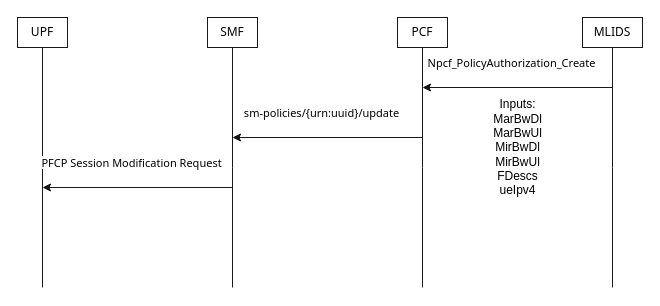
Majdi-Abdelhalim/Graphs keeps this draw.io diagram as Untitled Diagram.drawio. Above is the earlier version. Source tidied: cells renumbered, new cells numbered last; positions are measured from the earlier drawing's top-left corner, leaving out a move shared by most shapes. Both pictures are drawn from the tidied source at 100%, with x=0, y=0 at pixel (17, 17).
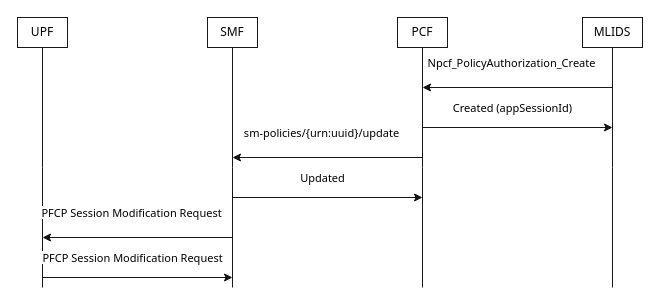
The same diagram, later.

Diff of the diagram source:
```diff
@@
     <mxCell id="11" value="&lt;font&gt;sm-policies/{urn:uuid}/update&lt;/font&gt;" style="edgeStyle=orthogonalEdgeStyle;rounded=0;orthogonalLoop=1;jettySize=auto;html=1;fontFamily=Tahoma;opacity=90;shadow=0;" parent="1" edge="1">
       <mxGeometry x="0.06" y="-25" relative="1" as="geometry">
-        <mxPoint x="405" y="120" as="sourcePoint" />
-        <mxPoint x="215" y="120" as="targetPoint" />
+        <mxPoint x="405" y="140" as="sourcePoint" />
+        <mxPoint x="215" y="140" as="targetPoint" />
       </mxGeometry>
     </mxCell>
     <mxCell id="12" value="&lt;div align=&quot;center&quot;&gt;&lt;font&gt;PFCP Session Modification Request&lt;/font&gt;&lt;/div&gt;" style="edgeStyle=orthogonalEdgeStyle;rounded=0;orthogonalLoop=1;jettySize=auto;html=1;align=center;fontFamily=Tahoma;opacity=90;shadow=0;" parent="1" edge="1">
       <mxGeometry x="0.06" y="-25" relative="1" as="geometry">
-        <mxPoint x="215" y="170" as="sourcePoint" />
-        <mxPoint x="25" y="170" as="targetPoint" />
+        <mxPoint x="215" y="220" as="sourcePoint" />
+        <mxPoint x="25" y="220" as="targetPoint" />
       </mxGeometry>
     </mxCell>
-    <mxCell id="13" value="Inputs:&lt;br&gt;MarBwDl&lt;br&gt;MarBwUl&lt;br&gt;MirBwDl&lt;br&gt;MirBwUl&lt;br&gt;FDescs&lt;br&gt;ueIpv4" style="text;html=1;align=center;verticalAlign=middle;strokeColor=none;fillColor=none;" parent="1" vertex="1">
-      <mxGeometry x="465" y="75" width="70" height="110" as="geometry" />
-    </mxCell>
+    <mxCell id="14" value="Created (appSessionId)" style="edgeStyle=orthogonalEdgeStyle;rounded=0;orthogonalLoop=1;jettySize=auto;html=1;fontFamily=Tahoma;opacity=90;shadow=0;" parent="1" edge="1">
+      <mxGeometry x="-0.05" y="20" relative="1" as="geometry">
+        <mxPoint x="405" y="110" as="sourcePoint" />
+        <mxPoint x="595" y="110" as="targetPoint" />
+      </mxGeometry>
+    </mxCell>
+    <mxCell id="15" value="&lt;div align=&quot;center&quot;&gt;&lt;font&gt;PFCP Session Modification Request&lt;/font&gt;&lt;/div&gt;" style="edgeStyle=orthogonalEdgeStyle;rounded=0;orthogonalLoop=1;jettySize=auto;html=1;align=center;fontFamily=Tahoma;opacity=90;shadow=0;" parent="1" edge="1">
+      <mxGeometry x="-0.05" y="20" relative="1" as="geometry">
+        <mxPoint x="25" y="260" as="sourcePoint" />
+        <mxPoint x="215" y="260" as="targetPoint" />
+      </mxGeometry>
+    </mxCell>
+    <mxCell id="16" value="Updated" style="edgeStyle=orthogonalEdgeStyle;rounded=0;orthogonalLoop=1;jettySize=auto;html=1;align=center;fontFamily=Tahoma;opacity=90;shadow=0;" parent="1" edge="1">
+      <mxGeometry x="-0.05" y="20" relative="1" as="geometry">
+        <mxPoint x="215" y="180" as="sourcePoint" />
+        <mxPoint x="405" y="180" as="targetPoint" />
+      </mxGeometry>
+    </mxCell>
```
